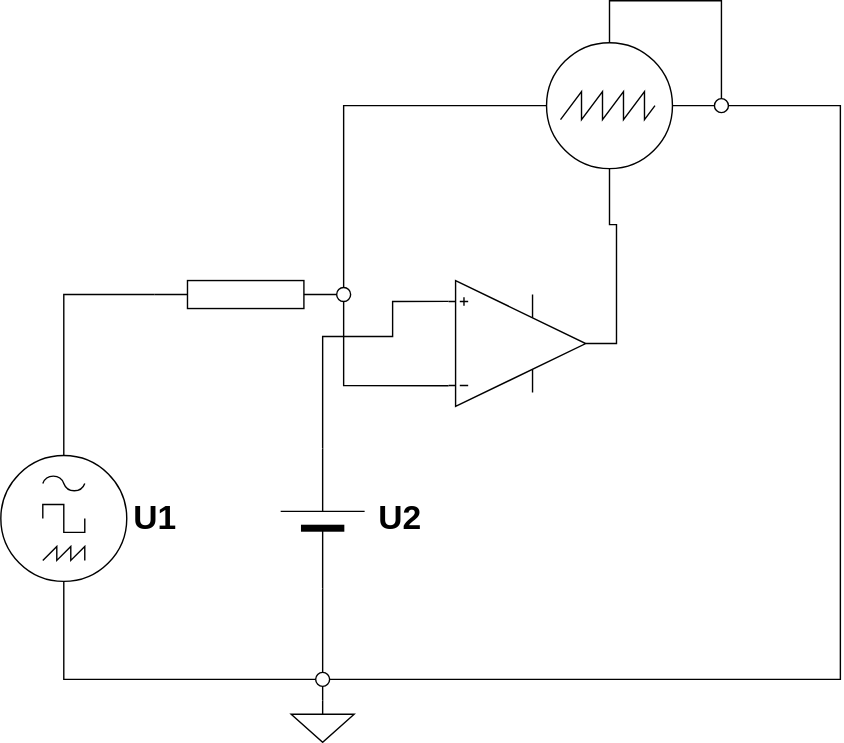
Above: 5/LA/AMEC/OPV3/Komparator_ohneHysterese_1.drawio.svg in Baumbart13/Mitschrift (draw.io), before the change. Source tidied: cells renumbered, new cells last; positions are measured from the earlier drawing's top-left corner, leaving out a move shared by most shapes.
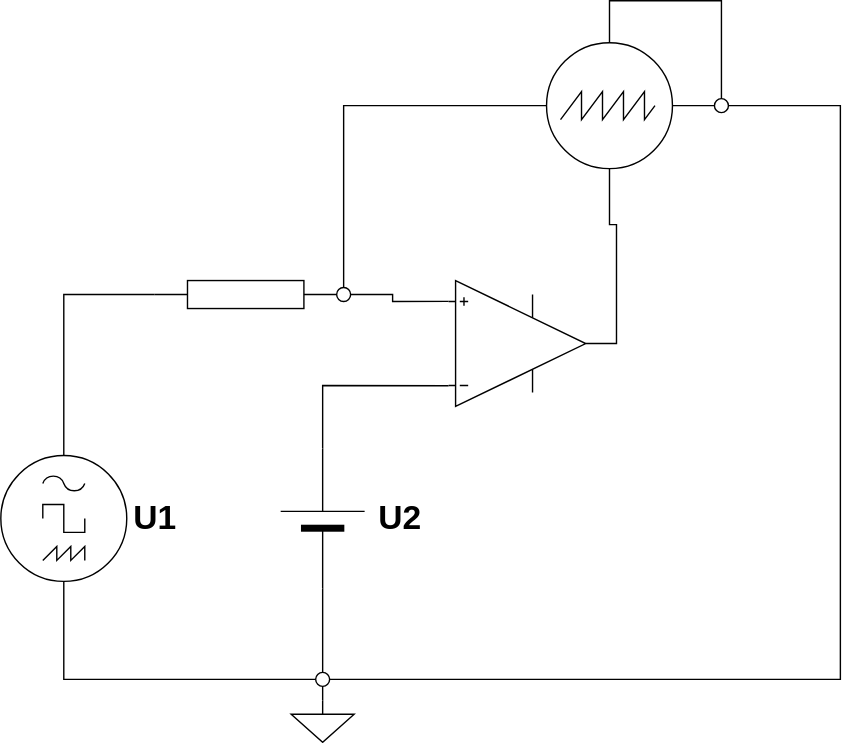
After the commit.

The edit, as a diff of the source:
```diff
@@ -24,12 +24,10 @@
     <mxCell id="7" style="verticalLabelPosition=bottom;shadow=0;dashed=0;align=center;html=1;verticalAlign=top;shape=mxgraph.electrical.resistors.resistor_1;" parent="1" vertex="1">
       <mxGeometry x="110" y="200" width="130" height="20" as="geometry" />
     </mxCell>
-    <mxCell id="8" style="endArrow=none;html=1;rounded=0;exitX=1;exitY=0.5;exitDx=0;exitDy=0;exitPerimeter=0;entryX=0;entryY=0.835;entryDx=0;entryDy=0;entryPerimeter=0;" parent="1" edge="1" source="2" target="5">
+    <mxCell id="8" style="endArrow=none;html=1;rounded=0;entryX=0;entryY=0.165;entryDx=0;entryDy=0;entryPerimeter=0;exitX=1;exitY=0.5;exitDx=0;exitDy=0;exitPerimeter=0;" parent="1" edge="1" source="2" target="5">
       <mxGeometry relative="1" as="geometry">
         <Array as="points">
-          <mxPoint x="230" y="240" />
-          <mxPoint x="280" y="240" />
-          <mxPoint x="280" y="215" />
+          <mxPoint x="230" y="275" />
         </Array>
       </mxGeometry>
     </mxCell>
@@ -63,6 +61,14 @@
         </Array>
       </mxGeometry>
     </mxCell>
+    <mxCell id="24" style="endArrow=none;html=1;rounded=0;exitX=1;exitY=0.5;exitDx=0;exitDy=0;entryX=0;entryY=0.835;entryDx=0;entryDy=0;entryPerimeter=0;" parent="1" edge="1" source="12" target="5">
+      <mxGeometry relative="1" as="geometry">
+        <Array as="points">
+          <mxPoint x="280" y="210" />
+          <mxPoint x="280" y="215" />
+        </Array>
+      </mxGeometry>
+    </mxCell>
     <mxCell id="14" style="ellipse;whiteSpace=wrap;html=1;" parent="1" vertex="1">
       <mxGeometry x="510" y="70" width="10" height="10" as="geometry" />
     </mxCell>
@@ -99,12 +105,5 @@
     <mxCell id="22" value="&lt;div&gt;U1&lt;/div&gt;" style="text;strokeColor=none;fillColor=none;html=1;fontSize=24;fontStyle=1;verticalAlign=middle;align=center;" parent="1" vertex="1">
       <mxGeometry x="60" y="350" width="100" height="40" as="geometry" />
     </mxCell>
-    <mxCell id="23" style="endArrow=none;html=1;rounded=0;entryX=0.5;entryY=1;entryDx=0;entryDy=0;exitX=0;exitY=0.165;exitDx=0;exitDy=0;exitPerimeter=0;" parent="1" edge="1" source="5" target="12">
-      <mxGeometry relative="1" as="geometry">
-        <Array as="points">
-          <mxPoint x="245" y="275" />
-        </Array>
-      </mxGeometry>
-    </mxCell>
   </root>
 </mxGraphModel>
```
